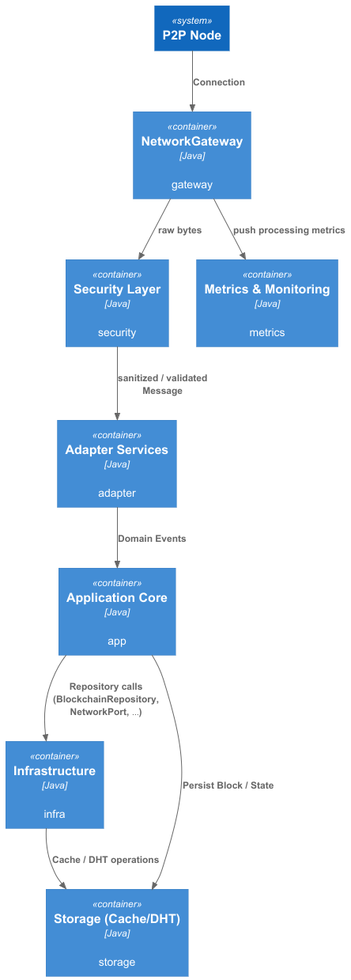
Earlier version of the PlantUML export docs/diagram/component/c2.png (Hugofr21/blockchain-mechanisms). The source it was exported from:
```plantuml
@startuml P2P_Node_Containers
!define C4P
!include https://raw.githubusercontent.com/plantuml-stdlib/C4-PlantUML/master/C4_Container.puml


skinparam component {
    <<gateway>>   BackgroundColor #B3E5FC FontColor Black
    <<security>>  BackgroundColor #D1C4E9 FontColor Black
    <<adapter>>   BackgroundColor #FFEB3B FontColor Black
    <<app>>       BackgroundColor #C8E6C9 FontColor Black
    <<infra>>     BackgroundColor #CFD8DC FontColor Black
    <<storage>>   BackgroundColor #FFCDD2 FontColor Black
    <<metrics>>   BackgroundColor #B2EBF2 FontColor Black
}

System(p2pNode, "P2P Node")

Container(gateway, "NetworkGateway", "Java", "gateway")
Container(security, "Security Layer", "Java", "security")
Container(adapter, "Adapter Services", "Java", "adapter")
Container(app, "Application Core", "Java", "app")
Container(infra, "Infrastructure", "Java", "infra")
Container(storage, "Storage (Cache/DHT)", "Java", "storage")
Container(metrics, "Metrics & Monitoring", "Java", "metrics")

Rel(p2pNode, gateway, "Connection")
Rel(gateway, security, "raw bytes")
Rel(security, adapter, "sanitized / validated Message")
Rel(adapter, app, "Domain Events")
Rel(app, infra, "Repository calls (BlockchainRepository, NetworkPort, …)")
Rel(app, storage, "Persist Block / State")
Rel(infra, storage, "Cache / DHT operations")
Rel(gateway, metrics, "push processing metrics")


@enduml
```
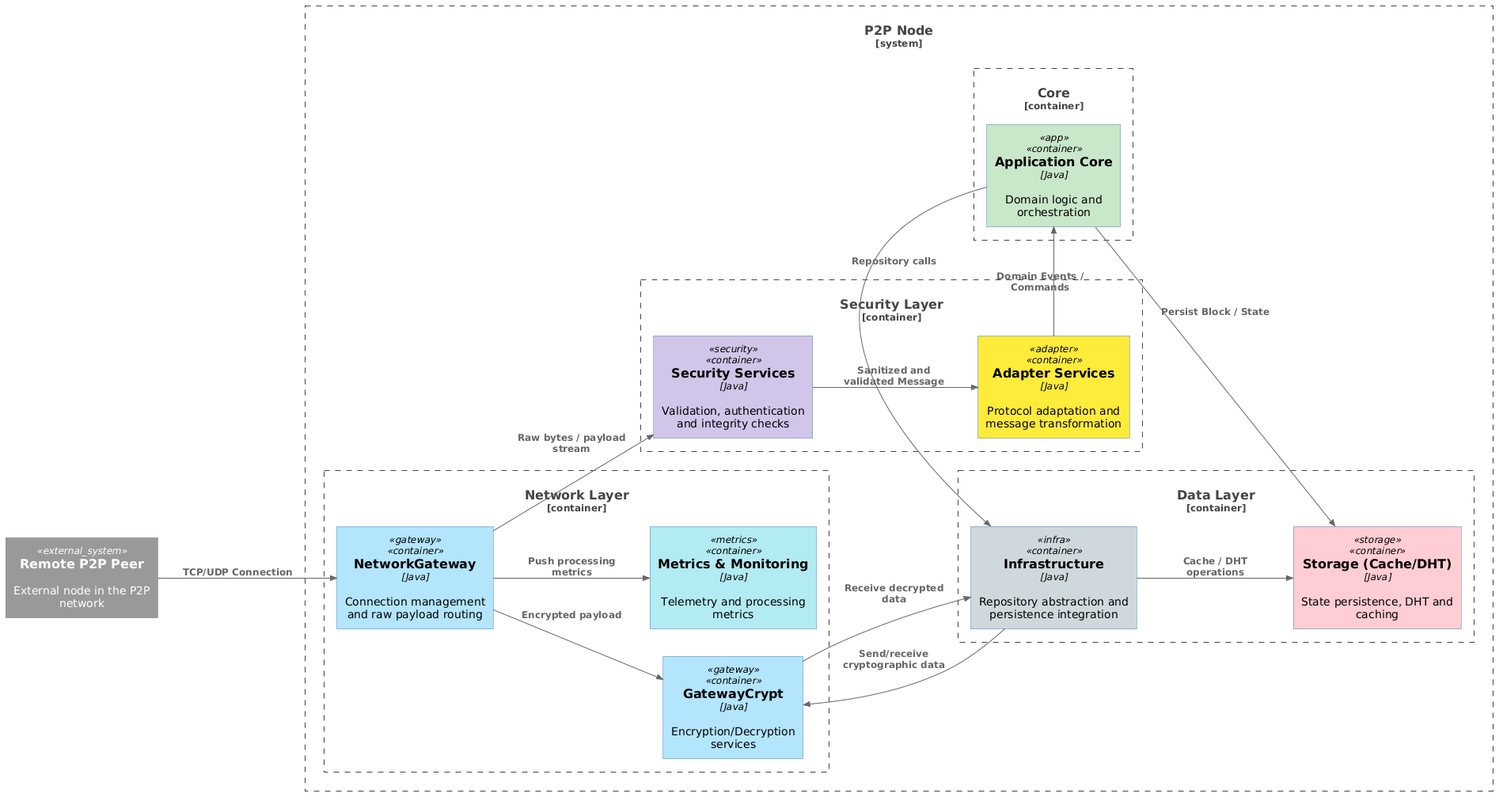
Later version of the same file.

Commit message:
Diagram Compoment

The edit, as a diff of the source:
```diff
@@ -1,36 +1,51 @@
-@startuml P2P_Node_Containers
-!define C4P
+@startuml
 !include https://raw.githubusercontent.com/plantuml-stdlib/C4-PlantUML/master/C4_Container.puml
 
+LAYOUT_LEFT_RIGHT()
 
-skinparam component {
-    <<gateway>>   BackgroundColor #B3E5FC FontColor Black
-    <<security>>  BackgroundColor #D1C4E9 FontColor Black
-    <<adapter>>   BackgroundColor #FFEB3B FontColor Black
-    <<app>>       BackgroundColor #C8E6C9 FontColor Black
-    <<infra>>     BackgroundColor #CFD8DC FontColor Black
-    <<storage>>   BackgroundColor #FFCDD2 FontColor Black
-    <<metrics>>   BackgroundColor #B2EBF2 FontColor Black
+AddElementTag("gateway", $bgColor="#B3E5FC", $fontColor="Black")
+AddElementTag("security", $bgColor="#D1C4E9", $fontColor="Black")
+AddElementTag("adapter", $bgColor="#FFEB3B", $fontColor="Black")
+AddElementTag("app", $bgColor="#C8E6C9", $fontColor="Black")
+AddElementTag("infra", $bgColor="#CFD8DC", $fontColor="Black")
+AddElementTag("storage", $bgColor="#FFCDD2", $fontColor="Black")
+AddElementTag("metrics", $bgColor="#B2EBF2", $fontColor="Black")
+
+System_Ext(remotePeer, "Remote P2P Peer", "External node in the P2P network")
+
+System_Boundary(p2pNode, "P2P Node") {
+
+  Container_Boundary(networkLayer, "Network Layer") {
+    Container(gateway, "NetworkGateway", "Java", "Connection management and raw payload routing", $tags="gateway")
+    Container(gatewayCrypt, "GatewayCrypt", "Java", "Encryption/Decryption services", $tags="gateway")
+    Container(metrics, "Metrics & Monitoring", "Java", "Telemetry and processing metrics", $tags="metrics")
+  }
+
+  Container_Boundary(securityLayer, "Security Layer") {
+    Container(security, "Security Services", "Java", "Validation, authentication and integrity checks", $tags="security")
+    Container(adapter, "Adapter Services", "Java", "Protocol adaptation and message transformation", $tags="adapter")
+  }
+
+  Container_Boundary(coreLayer, "Core") {
+    Container(app, "Application Core", "Java", "Domain logic and orchestration", $tags="app")
+  }
+
+  Container_Boundary(dataLayer, "Data Layer") {
+    Container(infra, "Infrastructure", "Java", "Repository abstraction and persistence integration", $tags="infra")
+    Container(storage, "Storage (Cache/DHT)", "Java", "State persistence, DHT and caching", $tags="storage")
+  }
 }
 
-System(p2pNode, "P2P Node")
-
-Container(gateway, "NetworkGateway", "Java", "gateway")
-Container(security, "Security Layer", "Java", "security")
-Container(adapter, "Adapter Services", "Java", "adapter")
-Container(app, "Application Core", "Java", "app")
-Container(infra, "Infrastructure", "Java", "infra")
-Container(storage, "Storage (Cache/DHT)", "Java", "storage")
-Container(metrics, "Metrics & Monitoring", "Java", "metrics")
-
-Rel(p2pNode, gateway, "Connection")
-Rel(gateway, security, "raw bytes")
-Rel(security, adapter, "sanitized / validated Message")
-Rel(adapter, app, "Domain Events")
-Rel(app, infra, "Repository calls (BlockchainRepository, NetworkPort, …)")
+Rel(remotePeer, gateway, "TCP/UDP Connection")
+Rel(gateway, security, "Raw bytes / payload stream")
+Rel(gateway, metrics, "Push processing metrics")
+Rel(security, adapter, "Sanitized and validated Message")
+Rel(adapter, app, "Domain Events / Commands")
+Rel(app, infra, "Repository calls")
 Rel(app, storage, "Persist Block / State")
 Rel(infra, storage, "Cache / DHT operations")
-Rel(gateway, metrics, "push processing metrics")
 
-
+Rel(gateway, gatewayCrypt, "Encrypted payload")
+Rel(gatewayCrypt, infra, "Receive decrypted data")
+Rel(infra, gatewayCrypt, "Send/receive cryptographic data")
 @enduml
```
